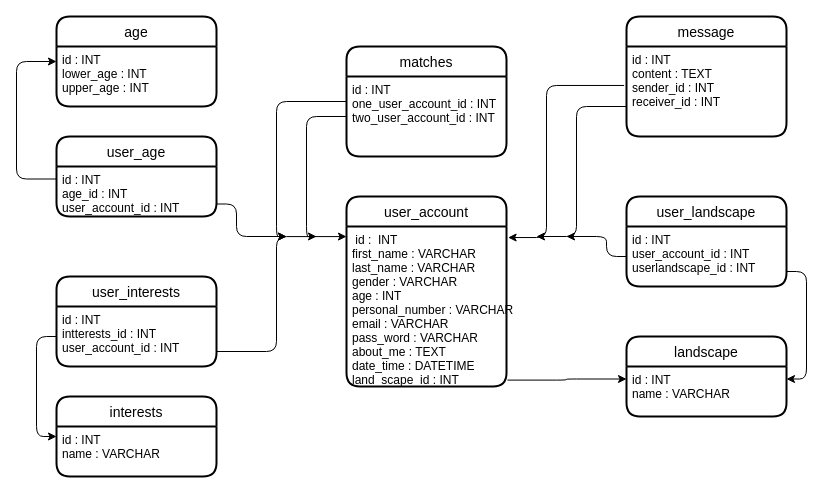
Above: UI/diagram.drawio in Ellik90/2gether2.0 (draw.io), before the change. Source tidied: cells renumbered, new cells numbered last; positions are measured from the earlier drawing's top-left corner, leaving out a move shared by most shapes. Both pictures are drawn from the tidied source at 100%, with x=0, y=0 at pixel (16, 16).
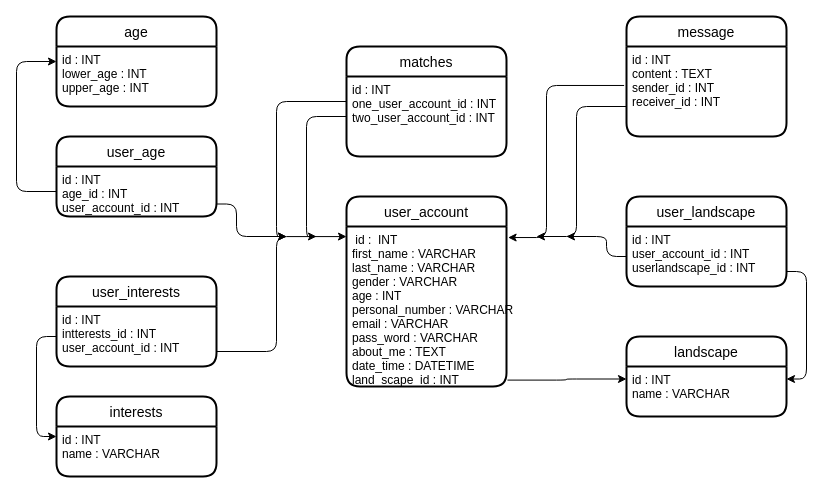
The same page after the edit.

The change refers to these unchanged cells:
```xml
<mxCell id="17" value="id : INT&#10;lower_age : INT&#10;upper_age : INT" style="align=left;strokeColor=none;fillColor=none;spacingLeft=4;fontSize=12;verticalAlign=top;" parent="16" vertex="1">
  <mxGeometry y="30" width="160" height="60" as="geometry" />
</mxCell>
<mxCell id="19" value="id : INT&#10;age_id : INT&#10;user_account_id : INT" style="align=left;strokeColor=none;fillColor=none;spacingLeft=4;fontSize=12;verticalAlign=top;" parent="18" vertex="1">
  <mxGeometry y="30" width="160" height="50" as="geometry" />
</mxCell>
```

Diff of the diagram source:
```diff
@@
-    <mxCell id="30" style="edgeStyle=elbowEdgeStyle;elbow=horizontal;endArrow=classic;html=1;entryX=0;entryY=0.25;entryDx=0;entryDy=0;exitX=0;exitY=0.25;exitDx=0;exitDy=0;" parent="1" edge="1" source="19" target="17">
+    <mxCell id="30" style="edgeStyle=elbowEdgeStyle;elbow=horizontal;endArrow=classic;html=1;entryX=0;entryY=0.25;entryDx=0;entryDy=0;exitX=0;exitY=0.5;exitDx=0;exitDy=0;" parent="1" edge="1" source="19" target="17">
       <mxGeometry relative="1" as="geometry">
         <Array as="points">
           <mxPoint y="70" />
         </Array>
       </mxGeometry>
     </mxCell>
```
